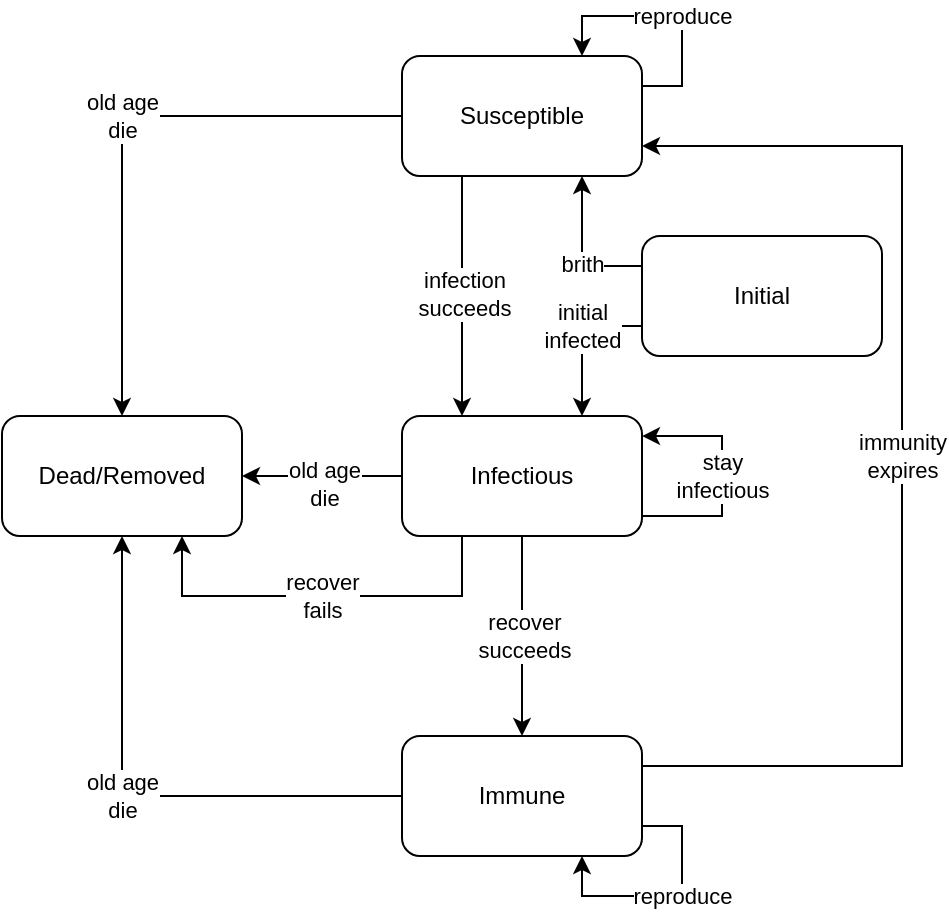
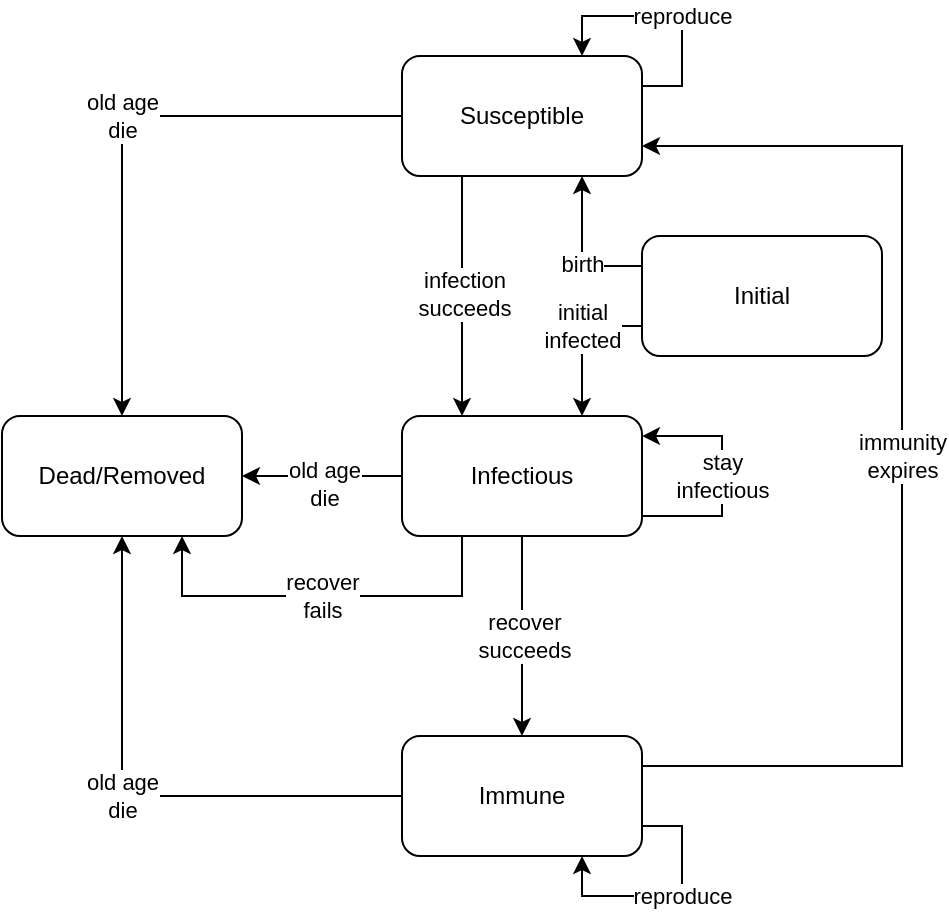
<mxfile host="app.diagrams.net">
  <diagram name="Page-1" id="GB_pUOlZtHfdSBYTSKyq">
    <mxGraphModel dx="838" dy="557" grid="1" gridSize="10" guides="1" tooltips="1" connect="1" arrows="1" fold="1" page="1" pageScale="1" pageWidth="1169" pageHeight="827" background="light-dark(#FFFFFF,#FFFFFF)" math="0" shadow="0">
      <root>
        <mxCell id="0" />
        <mxCell id="1" parent="0" />
        <mxCell id="zuPVIM6aQIscLuEDNB7c-7" edge="1" parent="1" source="zuPVIM6aQIscLuEDNB7c-1" style="edgeStyle=orthogonalEdgeStyle;rounded=0;orthogonalLoop=1;jettySize=auto;html=1;entryX=0.75;entryY=1;entryDx=0;entryDy=0;exitX=0;exitY=0.25;exitDx=0;exitDy=0;strokeColor=light-dark(#000000,#000000);" target="zuPVIM6aQIscLuEDNB7c-2">
          <mxGeometry relative="1" as="geometry">
            <Array as="points">
              <mxPoint x="410" y="305" />
            </Array>
          </mxGeometry>
        </mxCell>
-         <mxCell id="zuPVIM6aQIscLuEDNB7c-11" connectable="0" parent="zuPVIM6aQIscLuEDNB7c-7" style="edgeLabel;html=1;align=center;verticalAlign=middle;resizable=0;points=[];labelBackgroundColor=light-dark(#FFFFFF,#FFFFFF);fontColor=light-dark(#000000,#000000);" value="brith" vertex="1">
+         <mxCell id="zuPVIM6aQIscLuEDNB7c-11" connectable="0" parent="zuPVIM6aQIscLuEDNB7c-7" style="edgeLabel;html=1;align=center;verticalAlign=middle;resizable=0;points=[];labelBackgroundColor=light-dark(#FFFFFF,#FFFFFF);fontColor=light-dark(#000000,#000000);" value="birth" vertex="1">
          <mxGeometry relative="1" x="-0.0167" y="-1" as="geometry">
            <mxPoint x="-1" y="6" as="offset" />
          </mxGeometry>
        </mxCell>
        <mxCell id="zuPVIM6aQIscLuEDNB7c-31" edge="1" parent="1" source="zuPVIM6aQIscLuEDNB7c-1" style="edgeStyle=orthogonalEdgeStyle;rounded=0;orthogonalLoop=1;jettySize=auto;html=1;entryX=0.75;entryY=0;entryDx=0;entryDy=0;exitX=0;exitY=0.75;exitDx=0;exitDy=0;strokeColor=light-dark(#000000,#000000);" target="zuPVIM6aQIscLuEDNB7c-3">
          <mxGeometry relative="1" as="geometry">
            <Array as="points">
              <mxPoint x="410" y="335" />
            </Array>
          </mxGeometry>
        </mxCell>
        <mxCell id="zuPVIM6aQIscLuEDNB7c-32" connectable="0" parent="zuPVIM6aQIscLuEDNB7c-31" style="edgeLabel;html=1;align=center;verticalAlign=middle;resizable=0;points=[];labelBackgroundColor=light-dark(#FFFFFF,#FFFFFF);fontColor=light-dark(#000000,#000000);" value="initial&lt;div&gt;infected&lt;/div&gt;" vertex="1">
          <mxGeometry relative="1" x="-0.4718" y="1" as="geometry">
            <mxPoint x="-10" y="-1" as="offset" />
          </mxGeometry>
        </mxCell>
        <mxCell id="zuPVIM6aQIscLuEDNB7c-1" parent="1" style="rounded=1;whiteSpace=wrap;html=1;strokeColor=light-dark(#000000,#33FF33);fillColor=light-dark(#FFFFFF,#FFFFFF);fontColor=light-dark(#000000,#33FF33);" value="Initial" vertex="1">
          <mxGeometry height="60" width="120" x="440" y="290" as="geometry" />
        </mxCell>
        <mxCell id="zuPVIM6aQIscLuEDNB7c-8" edge="1" parent="1" source="zuPVIM6aQIscLuEDNB7c-2" style="edgeStyle=orthogonalEdgeStyle;rounded=0;orthogonalLoop=1;jettySize=auto;html=1;entryX=0.25;entryY=0;entryDx=0;entryDy=0;exitX=0.25;exitY=1;exitDx=0;exitDy=0;strokeColor=light-dark(#000000,#000000);" target="zuPVIM6aQIscLuEDNB7c-3">
          <mxGeometry relative="1" as="geometry" />
        </mxCell>
        <mxCell id="zuPVIM6aQIscLuEDNB7c-12" connectable="0" parent="zuPVIM6aQIscLuEDNB7c-8" style="edgeLabel;html=1;align=center;verticalAlign=middle;resizable=0;points=[];labelBackgroundColor=light-dark(#FFFFFF,#FFFFFF);fontColor=light-dark(#000000,#000000);" value="infection&lt;div&gt;succeeds&lt;/div&gt;" vertex="1">
          <mxGeometry relative="1" x="-0.0167" y="1" as="geometry">
            <mxPoint as="offset" />
          </mxGeometry>
        </mxCell>
        <mxCell id="zuPVIM6aQIscLuEDNB7c-22" edge="1" parent="1" source="zuPVIM6aQIscLuEDNB7c-2" style="edgeStyle=orthogonalEdgeStyle;rounded=0;orthogonalLoop=1;jettySize=auto;html=1;entryX=0.5;entryY=0;entryDx=0;entryDy=0;strokeColor=light-dark(#000000,#000000);" target="zuPVIM6aQIscLuEDNB7c-5">
          <mxGeometry relative="1" as="geometry" />
        </mxCell>
        <mxCell id="zuPVIM6aQIscLuEDNB7c-26" connectable="0" parent="zuPVIM6aQIscLuEDNB7c-22" style="edgeLabel;html=1;align=center;verticalAlign=middle;resizable=0;points=[];labelBackgroundColor=light-dark(#FFFFFF,#FFFFFF);fontColor=light-dark(#000000,#000000);" value="old age&lt;div&gt;die&lt;/div&gt;" vertex="1">
          <mxGeometry relative="1" x="-0.023" y="1" as="geometry">
            <mxPoint x="-1" y="-2" as="offset" />
          </mxGeometry>
        </mxCell>
        <mxCell id="zuPVIM6aQIscLuEDNB7c-2" parent="1" style="rounded=1;whiteSpace=wrap;html=1;fillColor=light-dark(#FFFFFF,#FFFFFF);fontColor=light-dark(#000000,#000000);strokeColor=light-dark(#000000,#000000);" value="Susceptible" vertex="1">
          <mxGeometry height="60" width="120" x="320" y="200" as="geometry" />
        </mxCell>
        <mxCell id="zuPVIM6aQIscLuEDNB7c-9" edge="1" parent="1" source="zuPVIM6aQIscLuEDNB7c-3" style="edgeStyle=orthogonalEdgeStyle;rounded=0;orthogonalLoop=1;jettySize=auto;html=1;entryX=0.5;entryY=0;entryDx=0;entryDy=0;exitX=0.5;exitY=1;exitDx=0;exitDy=0;strokeColor=light-dark(#000000,#000000);" target="zuPVIM6aQIscLuEDNB7c-4">
          <mxGeometry relative="1" as="geometry" />
        </mxCell>
        <mxCell id="zuPVIM6aQIscLuEDNB7c-15" connectable="0" parent="zuPVIM6aQIscLuEDNB7c-9" style="edgeLabel;html=1;align=center;verticalAlign=middle;resizable=0;points=[];labelBackgroundColor=light-dark(#FFFFFF,#FFFFFF);fontColor=light-dark(#000000,#000000);" value="recover&lt;div&gt;succeeds&lt;/div&gt;" vertex="1">
          <mxGeometry relative="1" y="1" as="geometry">
            <mxPoint as="offset" />
          </mxGeometry>
        </mxCell>
        <mxCell id="zuPVIM6aQIscLuEDNB7c-21" edge="1" parent="1" source="zuPVIM6aQIscLuEDNB7c-3" style="edgeStyle=orthogonalEdgeStyle;rounded=0;orthogonalLoop=1;jettySize=auto;html=1;entryX=1;entryY=0.5;entryDx=0;entryDy=0;strokeColor=light-dark(#000000,#000000);" target="zuPVIM6aQIscLuEDNB7c-5">
          <mxGeometry relative="1" as="geometry" />
        </mxCell>
        <mxCell id="zuPVIM6aQIscLuEDNB7c-24" connectable="0" parent="zuPVIM6aQIscLuEDNB7c-21" style="edgeLabel;html=1;align=center;verticalAlign=middle;resizable=0;points=[];" value="&lt;span style=&quot;caret-color: rgba(0, 0, 0, 0); color: rgba(0, 0, 0, 0); font-family: monospace; font-size: 0px; text-align: start; background-color: rgb(27, 29, 30);&quot;&gt;%3CmxGraphModel%3E%3Croot%3E%3CmxCell%20id%3D%220%22%2F%3E%3CmxCell%20id%3D%221%22%20parent%3D%220%22%2F%3E%3CmxCell%20id%3D%222%22%20connectable%3D%220%22%20parent%3D%221%22%20style%3D%22edgeLabel%3Bhtml%3D1%3Balign%3Dcenter%3BverticalAlign%3Dmiddle%3Bresizable%3D0%3Bpoints%3D%5B%5D%3B%22%20value%3D%22old%20age%26lt%3Bdiv%26gt%3Bdie%26lt%3B%2Fdiv%26gt%3B%22%20vertex%3D%221%22%3E%3CmxGeometry%20x%3D%22260%22%20y%3D%22554.8275862068966%22%20as%3D%22geometry%22%2F%3E%3C%2FmxCell%3E%3C%2Froot%3E%3C%2FmxGraphModel%3Eold age&lt;/span&gt;" vertex="1">
          <mxGeometry relative="1" x="-0.2816" y="-2" as="geometry">
            <mxPoint as="offset" />
          </mxGeometry>
        </mxCell>
        <mxCell id="zuPVIM6aQIscLuEDNB7c-25" connectable="0" parent="zuPVIM6aQIscLuEDNB7c-21" style="edgeLabel;html=1;align=center;verticalAlign=middle;resizable=0;points=[];labelBackgroundColor=light-dark(#FFFFFF,#FFFFFF);fontColor=light-dark(#000000,#000000);" value="old age&lt;div&gt;die&lt;/div&gt;" vertex="1">
          <mxGeometry relative="1" x="-0.2356" y="-1" as="geometry">
            <mxPoint x="-9" y="5" as="offset" />
          </mxGeometry>
        </mxCell>
        <mxCell id="zuPVIM6aQIscLuEDNB7c-3" parent="1" style="rounded=1;whiteSpace=wrap;html=1;fillColor=light-dark(#FFFFFF,#FFFFFF);fontColor=light-dark(#000000,#000000);strokeColor=light-dark(#000000,#000000);" value="Infectious" vertex="1">
          <mxGeometry height="60" width="120" x="320" y="380" as="geometry" />
        </mxCell>
        <mxCell id="zuPVIM6aQIscLuEDNB7c-10" edge="1" parent="1" source="zuPVIM6aQIscLuEDNB7c-3" style="edgeStyle=orthogonalEdgeStyle;rounded=0;orthogonalLoop=1;jettySize=auto;html=1;entryX=0.75;entryY=1;entryDx=0;entryDy=0;exitX=0.25;exitY=1;exitDx=0;exitDy=0;strokeColor=light-dark(#000000,#000000);" target="zuPVIM6aQIscLuEDNB7c-5">
          <mxGeometry relative="1" as="geometry">
            <Array as="points">
              <mxPoint x="350" y="470" />
              <mxPoint x="210" y="470" />
            </Array>
            <mxPoint x="370" y="700" as="sourcePoint" />
            <mxPoint x="100" y="540" as="targetPoint" />
          </mxGeometry>
        </mxCell>
        <mxCell id="zuPVIM6aQIscLuEDNB7c-16" connectable="0" parent="zuPVIM6aQIscLuEDNB7c-10" style="edgeLabel;html=1;align=center;verticalAlign=middle;resizable=0;points=[];labelBackgroundColor=light-dark(#FFFFFF,#FFFFFF);fontColor=light-dark(#000000,#000000);" value="recover&lt;div&gt;fails&lt;/div&gt;" vertex="1">
          <mxGeometry relative="1" x="-0.0167" y="1" as="geometry">
            <mxPoint x="-2" y="-1" as="offset" />
          </mxGeometry>
        </mxCell>
        <mxCell id="zuPVIM6aQIscLuEDNB7c-17" edge="1" parent="1" source="zuPVIM6aQIscLuEDNB7c-4" style="edgeStyle=orthogonalEdgeStyle;rounded=0;orthogonalLoop=1;jettySize=auto;html=1;entryX=1;entryY=0.75;entryDx=0;entryDy=0;exitX=1;exitY=0.25;exitDx=0;exitDy=0;strokeColor=light-dark(#000000,#000000);" target="zuPVIM6aQIscLuEDNB7c-2">
          <mxGeometry relative="1" as="geometry">
            <Array as="points">
              <mxPoint x="570" y="555" />
              <mxPoint x="570" y="245" />
            </Array>
          </mxGeometry>
        </mxCell>
        <mxCell id="zuPVIM6aQIscLuEDNB7c-18" connectable="0" parent="zuPVIM6aQIscLuEDNB7c-17" style="edgeLabel;html=1;align=center;verticalAlign=middle;resizable=0;points=[];labelBackgroundColor=light-dark(#FFFFFF,#FFFFFF);fontColor=light-dark(#000000,#000000);" value="immunity&lt;div&gt;expires&lt;/div&gt;" vertex="1">
          <mxGeometry relative="1" as="geometry">
            <mxPoint as="offset" />
          </mxGeometry>
        </mxCell>
        <mxCell id="zuPVIM6aQIscLuEDNB7c-19" edge="1" parent="1" source="zuPVIM6aQIscLuEDNB7c-4" style="edgeStyle=orthogonalEdgeStyle;rounded=0;orthogonalLoop=1;jettySize=auto;html=1;entryX=0.5;entryY=1;entryDx=0;entryDy=0;strokeColor=light-dark(#000000,#000000);" target="zuPVIM6aQIscLuEDNB7c-5">
          <mxGeometry relative="1" as="geometry">
            <Array as="points">
              <mxPoint x="180" y="570" />
            </Array>
          </mxGeometry>
        </mxCell>
        <mxCell id="zuPVIM6aQIscLuEDNB7c-20" connectable="0" parent="zuPVIM6aQIscLuEDNB7c-19" style="edgeLabel;html=1;align=center;verticalAlign=middle;resizable=0;points=[];labelBackgroundColor=light-dark(#FFFFFF,#FFFFFF);fontColor=light-dark(#000000,#000000);" value="old age&lt;div&gt;die&lt;/div&gt;" vertex="1">
          <mxGeometry relative="1" x="-0.4606" as="geometry">
            <mxPoint x="-67" as="offset" />
          </mxGeometry>
        </mxCell>
        <mxCell id="zuPVIM6aQIscLuEDNB7c-4" parent="1" style="rounded=1;whiteSpace=wrap;html=1;fillColor=light-dark(#FFFFFF,#FFFFFF);fontColor=light-dark(#000000,#000000);strokeColor=light-dark(#000000,#000000);" value="Immune" vertex="1">
          <mxGeometry height="60" width="120" x="320" y="540" as="geometry" />
        </mxCell>
        <mxCell id="zuPVIM6aQIscLuEDNB7c-5" parent="1" style="rounded=1;whiteSpace=wrap;html=1;strokeColor=light-dark(#000000,#FF3333);fillColor=light-dark(#FFFFFF,#FFFFFF);fontColor=light-dark(#000000,#FF3333);" value="Dead/Removed" vertex="1">
          <mxGeometry height="60" width="120" x="120" y="380" as="geometry" />
        </mxCell>
        <mxCell id="zuPVIM6aQIscLuEDNB7c-13" edge="1" parent="1" source="zuPVIM6aQIscLuEDNB7c-3" style="edgeStyle=orthogonalEdgeStyle;rounded=0;orthogonalLoop=1;jettySize=auto;html=1;entryX=1;entryY=0.167;entryDx=0;entryDy=0;exitX=1.001;exitY=0.834;exitDx=0;exitDy=0;exitPerimeter=0;entryPerimeter=0;strokeColor=light-dark(#000000,#000000);" target="zuPVIM6aQIscLuEDNB7c-3">
          <mxGeometry relative="1" as="geometry">
            <Array as="points">
              <mxPoint x="480" y="430" />
              <mxPoint x="480" y="390" />
            </Array>
          </mxGeometry>
        </mxCell>
        <mxCell id="zuPVIM6aQIscLuEDNB7c-14" connectable="0" parent="zuPVIM6aQIscLuEDNB7c-13" style="edgeLabel;html=1;align=center;verticalAlign=middle;resizable=0;points=[];labelBackgroundColor=light-dark(#FFFFFF,#FFFFFF);fontColor=light-dark(#000000,#000000);" value="stay&lt;div&gt;infectious&lt;/div&gt;" vertex="1">
          <mxGeometry relative="1" as="geometry">
            <mxPoint as="offset" />
          </mxGeometry>
        </mxCell>
        <mxCell id="zuPVIM6aQIscLuEDNB7c-27" edge="1" parent="1" source="zuPVIM6aQIscLuEDNB7c-2" style="edgeStyle=orthogonalEdgeStyle;rounded=0;orthogonalLoop=1;jettySize=auto;html=1;entryX=0.75;entryY=0;entryDx=0;entryDy=0;exitX=1;exitY=0.25;exitDx=0;exitDy=0;strokeColor=light-dark(#000000,#000000);" target="zuPVIM6aQIscLuEDNB7c-2">
          <mxGeometry relative="1" as="geometry">
            <Array as="points">
              <mxPoint x="460" y="215" />
              <mxPoint x="460" y="180" />
              <mxPoint x="410" y="180" />
            </Array>
          </mxGeometry>
        </mxCell>
        <mxCell id="zuPVIM6aQIscLuEDNB7c-28" connectable="0" parent="zuPVIM6aQIscLuEDNB7c-27" style="edgeLabel;html=1;align=center;verticalAlign=middle;resizable=0;points=[];labelBackgroundColor=light-dark(#FFFFFF,#FFFFFF);fontColor=light-dark(#000000,#000000);" value="reproduce" vertex="1">
          <mxGeometry relative="1" x="-0.12" as="geometry">
            <mxPoint as="offset" />
          </mxGeometry>
        </mxCell>
        <mxCell id="zuPVIM6aQIscLuEDNB7c-29" edge="1" parent="1" source="zuPVIM6aQIscLuEDNB7c-4" style="edgeStyle=orthogonalEdgeStyle;rounded=0;orthogonalLoop=1;jettySize=auto;html=1;entryX=0.75;entryY=1;entryDx=0;entryDy=0;exitX=1;exitY=0.75;exitDx=0;exitDy=0;strokeColor=light-dark(#000000,#000000);" target="zuPVIM6aQIscLuEDNB7c-4">
          <mxGeometry relative="1" as="geometry">
            <Array as="points">
              <mxPoint x="460" y="585" />
              <mxPoint x="460" y="620" />
              <mxPoint x="410" y="620" />
            </Array>
          </mxGeometry>
        </mxCell>
        <mxCell id="zuPVIM6aQIscLuEDNB7c-30" connectable="0" parent="zuPVIM6aQIscLuEDNB7c-29" style="edgeLabel;html=1;align=center;verticalAlign=middle;resizable=0;points=[];labelBackgroundColor=light-dark(#FFFFFF,#FFFFFF);fontColor=light-dark(#000000,#000000);" value="reproduce" vertex="1">
          <mxGeometry relative="1" x="-0.1148" as="geometry">
            <mxPoint as="offset" />
          </mxGeometry>
        </mxCell>
      </root>
    </mxGraphModel>
  </diagram>
</mxfile>
